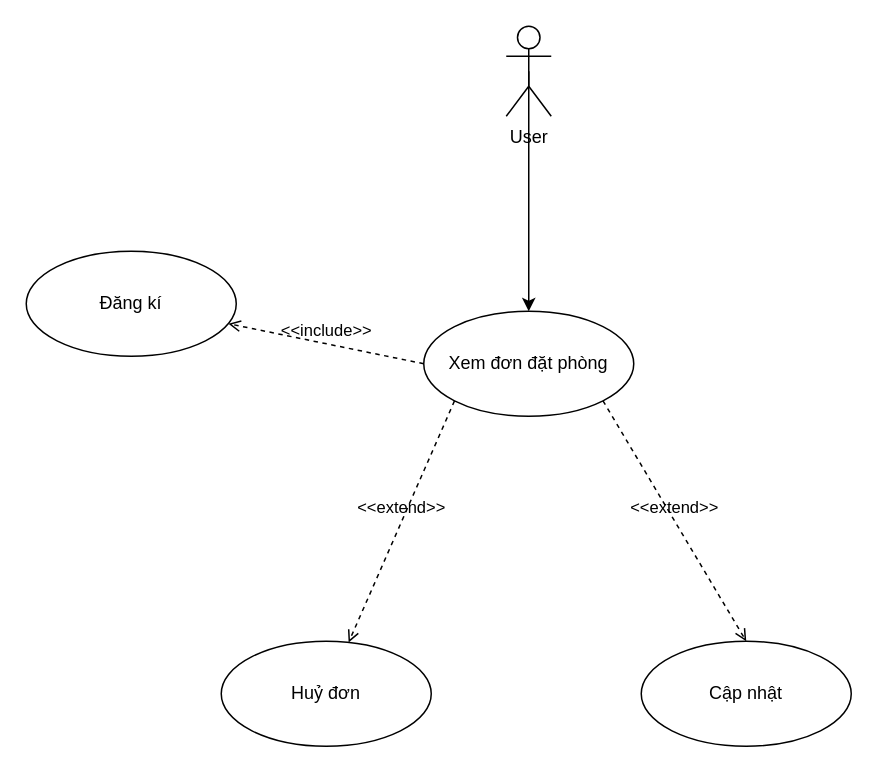
This is usecase_xemphieudatphong.drawio from alikuxac/alikuxac, a draw.io file, before an edit. Source tidied: cells renumbered, new cells numbered last; positions are measured from the earlier drawing's top-left corner, leaving out a move shared by most shapes. Both pictures are drawn from the tidied source at 150%, with x=0, y=0 at pixel (26, 26).
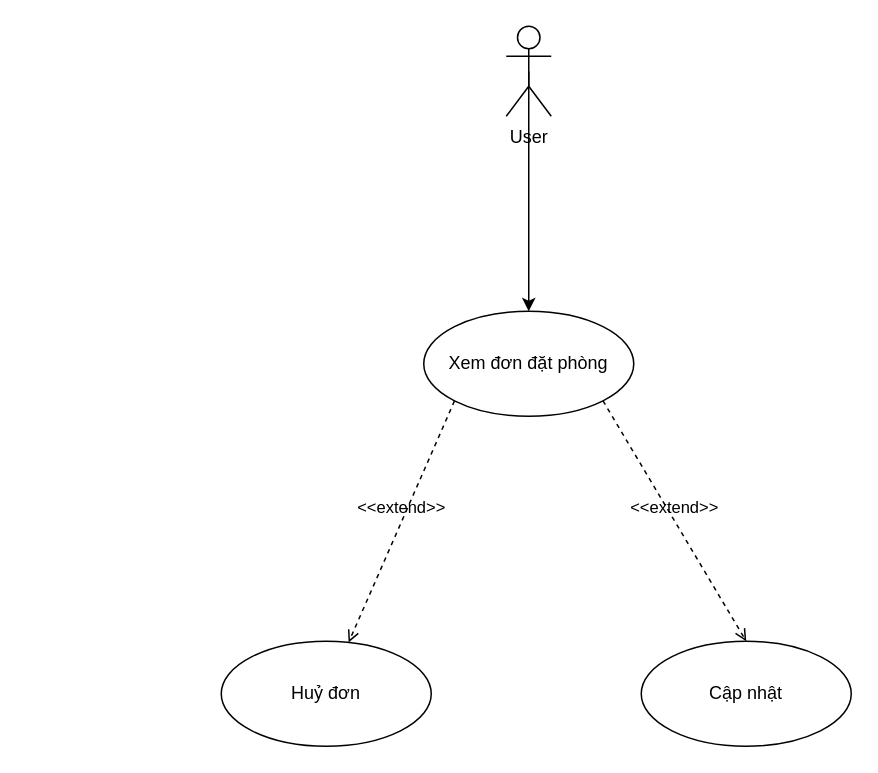
Above is the later version.

Change to the diagram source:
```diff
@@
 <mxGraphModel>
   <root>
     <mxCell id="0" />
     <mxCell id="1" parent="0" />
     <mxCell id="2" value="User" style="shape=umlActor;verticalLabelPosition=bottom;verticalAlign=top;html=1;outlineConnect=0;" parent="1" vertex="1">
       <mxGeometry x="320" width="30" height="60" as="geometry" />
     </mxCell>
     <mxCell id="3" value="Xem đơn đặt phòng" style="ellipse;whiteSpace=wrap;html=1;" parent="1" vertex="1">
       <mxGeometry x="265" y="190" width="140" height="70" as="geometry" />
     </mxCell>
     <mxCell id="4" style="endArrow=classic;html=1;rounded=0;exitX=0.5;exitY=0.5;exitDx=0;exitDy=0;exitPerimeter=0;entryX=0.5;entryY=0;entryDx=0;entryDy=0;" parent="1" edge="1" source="2" target="3">
       <mxGeometry relative="1" as="geometry" />
     </mxCell>
     <mxCell id="5" value="&amp;lt;&amp;lt;extend&amp;gt;&amp;gt;" style="html=1;verticalAlign=bottom;labelBackgroundColor=none;endArrow=open;endFill=0;dashed=1;rounded=0;exitX=0;exitY=1;exitDx=0;exitDy=0;" parent="1" edge="1" source="3" target="6">
       <mxGeometry relative="1" as="geometry" />
     </mxCell>
     <mxCell id="6" value="Huỷ đơn" style="ellipse;whiteSpace=wrap;html=1;" parent="1" vertex="1">
       <mxGeometry x="130" y="410" width="140" height="70" as="geometry" />
     </mxCell>
     <mxCell id="7" value="Cập nhật" style="ellipse;whiteSpace=wrap;html=1;" parent="1" vertex="1">
       <mxGeometry x="410" y="410" width="140" height="70" as="geometry" />
     </mxCell>
     <mxCell id="8" value="&amp;lt;&amp;lt;extend&amp;gt;&amp;gt;" style="html=1;verticalAlign=bottom;labelBackgroundColor=none;endArrow=open;endFill=0;dashed=1;rounded=0;exitX=1;exitY=1;exitDx=0;exitDy=0;entryX=0.5;entryY=0;entryDx=0;entryDy=0;" parent="1" edge="1" source="3" target="7">
       <mxGeometry relative="1" as="geometry" />
     </mxCell>
-    <mxCell id="9" value="&amp;lt;&amp;lt;include&amp;gt;&amp;gt;" style="html=1;verticalAlign=bottom;labelBackgroundColor=none;endArrow=open;endFill=0;dashed=1;rounded=0;exitX=0;exitY=0.5;exitDx=0;exitDy=0;" parent="1" edge="1" source="3" target="10">
-      <mxGeometry relative="1" as="geometry" />
-    </mxCell>
-    <mxCell id="10" value="Đăng kí" style="ellipse;whiteSpace=wrap;html=1;" parent="1" vertex="1">
-      <mxGeometry y="150" width="140" height="70" as="geometry" />
-    </mxCell>
   </root>
 </mxGraphModel>
```
